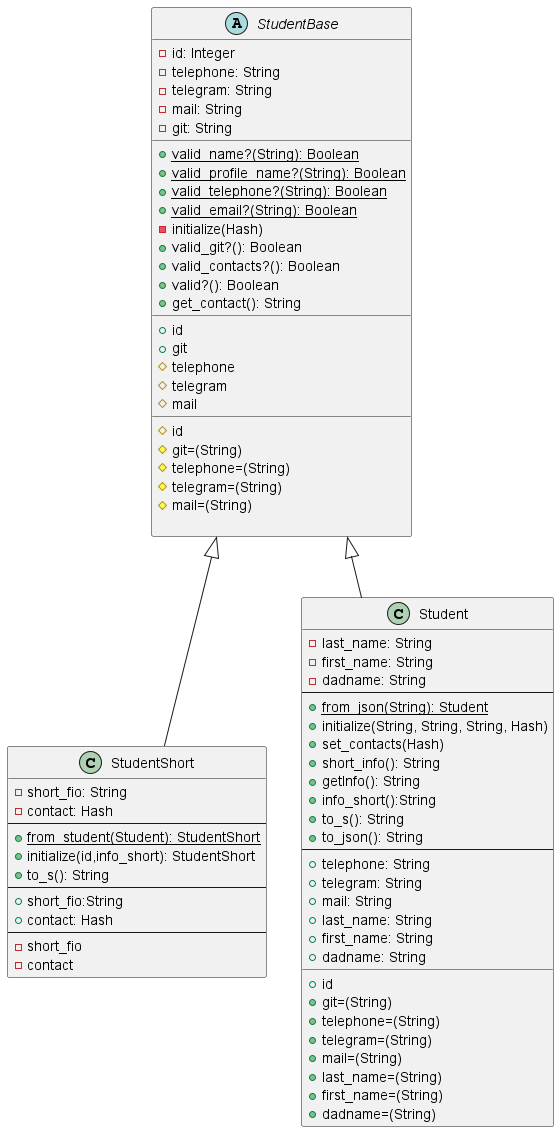
Above: LR2/diagram/StudentClassDiagram.png in KREEAL/RubyLabs (PlantUML), before the change.
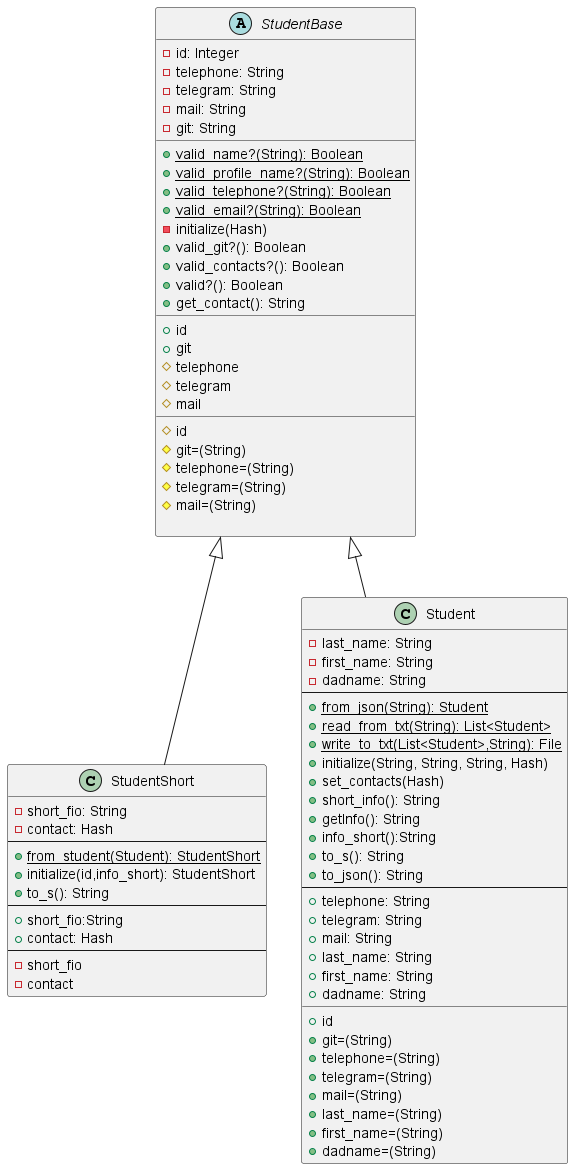
After the change.

Commit message:
Актуальная версия диаграммы классов отражена на картинке

Diff of the diagram source:
```diff
@@ -49,6 +49,8 @@
     -dadname: String
     --
     +{static}from_json(String): Student
+    +{static}read_from_txt(String): List<Student>
+    +{static}write_to_txt(List<Student>,String): File
     +initialize(String, String, String, Hash)
     +set_contacts(Hash)
     +short_info(): String
```
